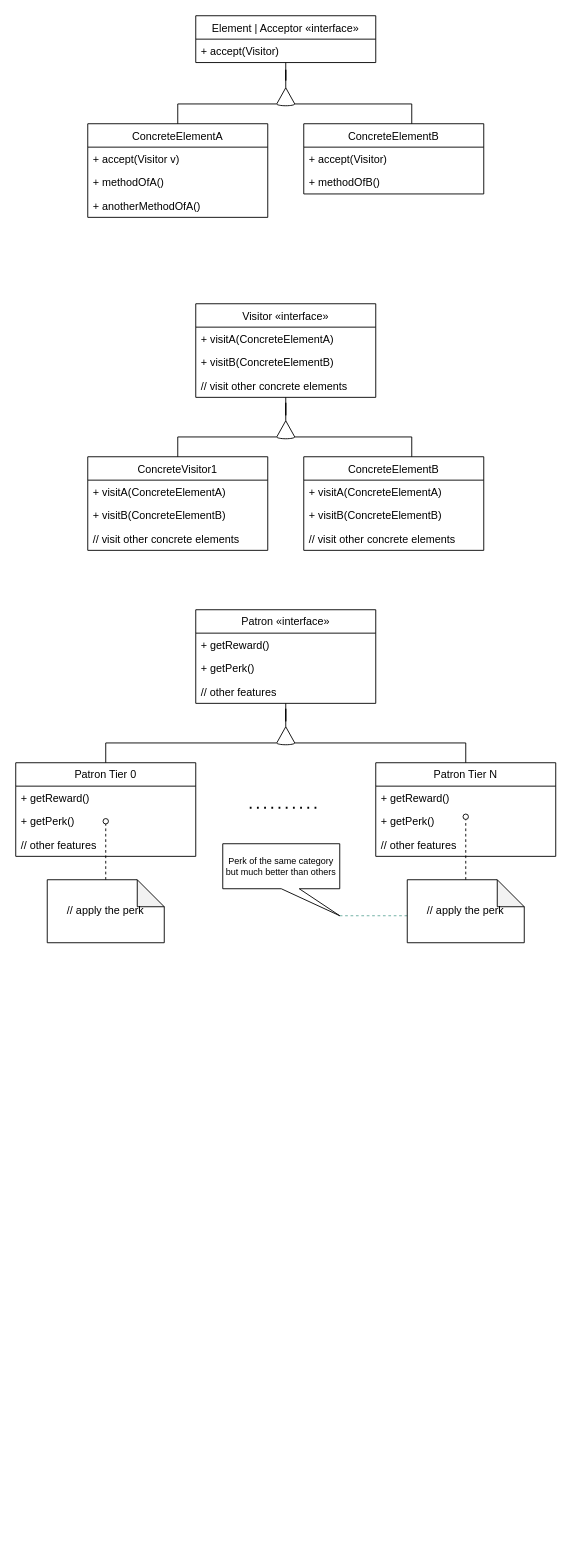
apolicky/nprg024 keeps this draw.io diagram as visitor.drawio. Above is the earlier version. Source tidied: cells renumbered, new cells numbered last; positions are measured from the earlier drawing's top-left corner, leaving out a move shared by most shapes. Both pictures are drawn from the tidied source at 90%, with x=0, y=0 at pixel (15, 15).
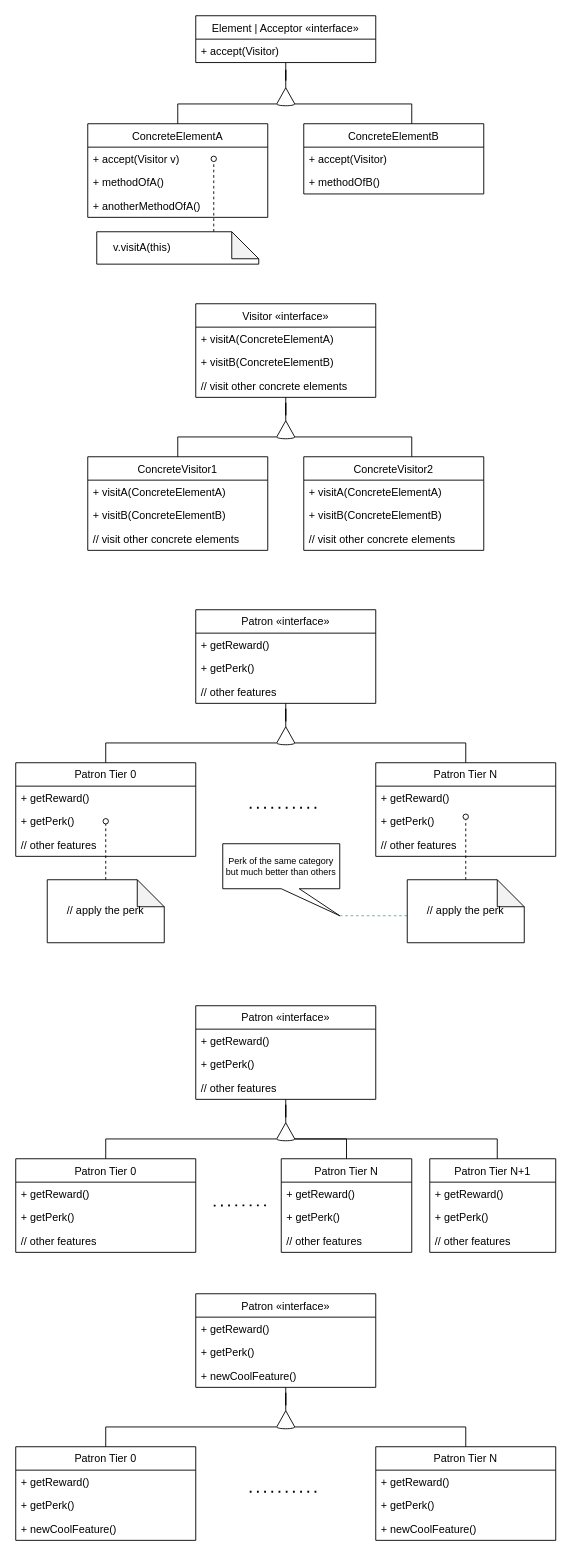
Above is the later version.

Unchanged cells that the change refers to:
```xml
<mxCell id="5" value="ConcreteElementA" style="swimlane;fontStyle=0;horizontal=1;startSize=26;fillColor=none;" parent="1" vertex="1">
  <mxGeometry x="80" y="120" width="200" height="104" as="geometry" />
</mxCell>
```

What changed in the source:
```diff
@@
+    <mxCell id="54" style="edgeStyle=orthogonalEdgeStyle;rounded=0;jettySize=auto;html=1;dashed=1;endArrow=oval;endFill=0;" parent="5" edge="1" source="94">
+      <mxGeometry relative="1" as="geometry">
+        <mxPoint x="140" y="39" as="targetPoint" />
+        <Array as="points">
+          <mxPoint x="140" y="100" />
+          <mxPoint x="140" y="100" />
+        </Array>
+      </mxGeometry>
+    </mxCell>
@@
-    <mxCell id="25" value="ConcreteElementB" style="swimlane;fontStyle=0;horizontal=1;startSize=26;fillColor=none;" parent="1" vertex="1">
+    <mxCell id="25" value="ConcreteVisitor2" style="swimlane;fontStyle=0;horizontal=1;startSize=26;fillColor=none;" parent="1" vertex="1">
       <mxGeometry x="320" y="490" width="200" height="104" as="geometry" />
     </mxCell>
@@
-    <mxCell id="31" value="Patron «interface»" style="swimlane;fontStyle=0;horizontal=1;startSize=26;fillColor=none;" parent="1" vertex="1">
+    <mxCell id="31" value="Patron «interface»" style="swimlane;fontStyle=0;horizontal=1;startSize=26;fillColor=#FFFFFF;" parent="1" vertex="1">
       <mxGeometry x="200" y="660" width="200" height="104" as="geometry" />
     </mxCell>
@@
+    <mxCell id="55" value="Patron «interface»" style="swimlane;fontStyle=0;horizontal=1;startSize=26;fillColor=#FFFFFF;" parent="1" vertex="1">
+      <mxGeometry x="200" y="1100" width="200" height="104" as="geometry" />
+    </mxCell>
+    <mxCell id="56" value="+ getReward()" style="text;strokeColor=none;fillColor=none;align=left;verticalAlign=top;spacingLeft=4;spacingRight=4;overflow=hidden;" parent="55" vertex="1">
+      <mxGeometry y="26" width="200" height="26" as="geometry" />
+    </mxCell>
+    <mxCell id="57" value="+ getPerk()" style="text;strokeColor=none;fillColor=none;align=left;verticalAlign=top;spacingLeft=4;spacingRight=4;overflow=hidden;" parent="55" vertex="1">
+      <mxGeometry y="52" width="200" height="26" as="geometry" />
+    </mxCell>
+    <mxCell id="58" value="// other features" style="text;strokeColor=none;fillColor=none;align=left;verticalAlign=top;spacingLeft=4;spacingRight=4;overflow=hidden;" parent="55" vertex="1">
+      <mxGeometry y="78" width="200" height="26" as="geometry" />
+    </mxCell>
+    <mxCell id="59" style="edgeStyle=orthogonalEdgeStyle;rounded=0;jettySize=auto;html=1;entryX=0;entryY=0;entryDx=0;entryDy=18;entryPerimeter=0;endArrow=none;endFill=0;" parent="1" edge="1" source="60" target="70">
+      <mxGeometry relative="1" as="geometry">
+        <Array as="points">
+          <mxPoint x="100" y="1248" />
+        </Array>
+      </mxGeometry>
+    </mxCell>
+    <mxCell id="60" value="Patron Tier 0" style="swimlane;fontStyle=0;horizontal=1;startSize=26;fillColor=none;" parent="1" vertex="1">
+      <mxGeometry y="1270" width="200" height="104" as="geometry" />
+    </mxCell>
+    <mxCell id="61" value="+ getReward()" style="text;strokeColor=none;fillColor=none;align=left;verticalAlign=top;spacingLeft=4;spacingRight=4;overflow=hidden;" parent="60" vertex="1">
+      <mxGeometry y="26" width="200" height="26" as="geometry" />
+    </mxCell>
+    <mxCell id="62" value="+ getPerk()" style="text;strokeColor=none;fillColor=none;align=left;verticalAlign=top;spacingLeft=4;spacingRight=4;overflow=hidden;" parent="60" vertex="1">
+      <mxGeometry y="52" width="200" height="26" as="geometry" />
+    </mxCell>
+    <mxCell id="63" value="// other features" style="text;strokeColor=none;fillColor=none;align=left;verticalAlign=top;spacingLeft=4;spacingRight=4;overflow=hidden;" parent="60" vertex="1">
+      <mxGeometry y="78" width="200" height="26" as="geometry" />
+    </mxCell>
+    <mxCell id="64" style="edgeStyle=orthogonalEdgeStyle;rounded=0;jettySize=auto;html=1;entryX=0;entryY=0;entryDx=20;entryDy=18;entryPerimeter=0;endArrow=none;endFill=0;" parent="1" edge="1" source="65" target="70">
+      <mxGeometry relative="1" as="geometry">
+        <Array as="points">
+          <mxPoint x="368" y="1248" />
+        </Array>
+      </mxGeometry>
+    </mxCell>
+    <mxCell id="65" value="Patron Tier N" style="swimlane;fontStyle=0;horizontal=1;startSize=26;fillColor=none;" parent="1" vertex="1">
+      <mxGeometry x="295" y="1270" width="145" height="104" as="geometry" />
+    </mxCell>
+    <mxCell id="66" value="+ getReward()" style="text;strokeColor=none;fillColor=none;align=left;verticalAlign=top;spacingLeft=4;spacingRight=4;overflow=hidden;" parent="65" vertex="1">
+      <mxGeometry y="26" width="145" height="26" as="geometry" />
+    </mxCell>
+    <mxCell id="67" value="+ getPerk()" style="text;strokeColor=none;fillColor=none;align=left;verticalAlign=top;spacingLeft=4;spacingRight=4;overflow=hidden;" parent="65" vertex="1">
+      <mxGeometry y="52" width="145" height="26" as="geometry" />
+    </mxCell>
+    <mxCell id="68" value="// other features" style="text;strokeColor=none;fillColor=none;align=left;verticalAlign=top;spacingLeft=4;spacingRight=4;overflow=hidden;" parent="65" vertex="1">
+      <mxGeometry y="78" width="145" height="26" as="geometry" />
+    </mxCell>
+    <mxCell id="69" style="edgeStyle=orthogonalEdgeStyle;rounded=0;jettySize=auto;html=1;endArrow=none;endFill=0;" parent="1" edge="1" source="70" target="55">
+      <mxGeometry relative="1" as="geometry" />
+    </mxCell>
+    <mxCell id="70" style="verticalLabelPosition=bottom;verticalAlign=top;html=1;shape=mxgraph.basic.cone2;dx=0.5;dy=0.9;" parent="1" vertex="1">
+      <mxGeometry x="290" y="1230" width="20" height="20" as="geometry" />
+    </mxCell>
+    <mxCell id="71" style="endArrow=none;dashed=1;html=1;dashPattern=1 3;strokeWidth=2;" parent="1" edge="1">
+      <mxGeometry relative="1" as="geometry">
+        <mxPoint x="220" y="1322" as="sourcePoint" />
+        <mxPoint x="280" y="1321.7" as="targetPoint" />
+      </mxGeometry>
+    </mxCell>
+    <mxCell id="72" value="Patron «interface»" style="swimlane;fontStyle=0;horizontal=1;startSize=26;fillColor=#FFFFFF;" parent="1" vertex="1">
+      <mxGeometry x="200" y="1420" width="200" height="104" as="geometry" />
+    </mxCell>
+    <mxCell id="73" value="+ getReward()" style="text;strokeColor=none;fillColor=none;align=left;verticalAlign=top;spacingLeft=4;spacingRight=4;overflow=hidden;" parent="72" vertex="1">
+      <mxGeometry y="26" width="200" height="26" as="geometry" />
+    </mxCell>
+    <mxCell id="74" value="+ getPerk()" style="text;strokeColor=none;fillColor=none;align=left;verticalAlign=top;spacingLeft=4;spacingRight=4;overflow=hidden;" parent="72" vertex="1">
+      <mxGeometry y="52" width="200" height="26" as="geometry" />
+    </mxCell>
+    <mxCell id="75" value="+ newCoolFeature()" style="text;strokeColor=none;fillColor=none;align=left;verticalAlign=top;spacingLeft=4;spacingRight=4;overflow=hidden;" parent="72" vertex="1">
+      <mxGeometry y="78" width="200" height="26" as="geometry" />
+    </mxCell>
+    <mxCell id="76" style="edgeStyle=orthogonalEdgeStyle;rounded=0;jettySize=auto;html=1;entryX=0;entryY=0;entryDx=0;entryDy=18;entryPerimeter=0;endArrow=none;endFill=0;" parent="1" edge="1" source="77" target="87">
+      <mxGeometry relative="1" as="geometry">
+        <Array as="points">
+          <mxPoint x="100" y="1568" />
+        </Array>
+      </mxGeometry>
+    </mxCell>
+    <mxCell id="77" value="Patron Tier 0" style="swimlane;fontStyle=0;horizontal=1;startSize=26;fillColor=none;" parent="1" vertex="1">
+      <mxGeometry y="1590" width="200" height="104" as="geometry" />
+    </mxCell>
+    <mxCell id="78" value="+ getReward()" style="text;strokeColor=none;fillColor=none;align=left;verticalAlign=top;spacingLeft=4;spacingRight=4;overflow=hidden;" parent="77" vertex="1">
+      <mxGeometry y="26" width="200" height="26" as="geometry" />
+    </mxCell>
+    <mxCell id="79" value="+ getPerk()" style="text;strokeColor=none;fillColor=none;align=left;verticalAlign=top;spacingLeft=4;spacingRight=4;overflow=hidden;" parent="77" vertex="1">
+      <mxGeometry y="52" width="200" height="26" as="geometry" />
+    </mxCell>
+    <mxCell id="80" value="+ newCoolFeature()" style="text;strokeColor=none;fillColor=none;align=left;verticalAlign=top;spacingLeft=4;spacingRight=4;overflow=hidden;" parent="77" vertex="1">
+      <mxGeometry y="78" width="200" height="26" as="geometry" />
+    </mxCell>
+    <mxCell id="81" style="edgeStyle=orthogonalEdgeStyle;rounded=0;jettySize=auto;html=1;entryX=0;entryY=0;entryDx=20;entryDy=18;entryPerimeter=0;endArrow=none;endFill=0;" parent="1" edge="1" source="82" target="87">
+      <mxGeometry relative="1" as="geometry">
+        <Array as="points">
+          <mxPoint x="500" y="1568" />
+        </Array>
+      </mxGeometry>
+    </mxCell>
+    <mxCell id="82" value="Patron Tier N" style="swimlane;fontStyle=0;horizontal=1;startSize=26;fillColor=none;" parent="1" vertex="1">
+      <mxGeometry x="400" y="1590" width="200" height="104" as="geometry" />
+    </mxCell>
+    <mxCell id="83" value="+ getReward()" style="text;strokeColor=none;fillColor=none;align=left;verticalAlign=top;spacingLeft=4;spacingRight=4;overflow=hidden;" parent="82" vertex="1">
+      <mxGeometry y="26" width="200" height="26" as="geometry" />
+    </mxCell>
+    <mxCell id="84" value="+ getPerk()" style="text;strokeColor=none;fillColor=none;align=left;verticalAlign=top;spacingLeft=4;spacingRight=4;overflow=hidden;" parent="82" vertex="1">
+      <mxGeometry y="52" width="200" height="26" as="geometry" />
+    </mxCell>
+    <mxCell id="85" value="+ newCoolFeature()" style="text;strokeColor=none;fillColor=none;align=left;verticalAlign=top;spacingLeft=4;spacingRight=4;overflow=hidden;" parent="82" vertex="1">
+      <mxGeometry y="78" width="200" height="26" as="geometry" />
+    </mxCell>
+    <mxCell id="86" style="edgeStyle=orthogonalEdgeStyle;rounded=0;jettySize=auto;html=1;endArrow=none;endFill=0;" parent="1" edge="1" source="87" target="72">
+      <mxGeometry relative="1" as="geometry" />
+    </mxCell>
+    <mxCell id="87" style="verticalLabelPosition=bottom;verticalAlign=top;html=1;shape=mxgraph.basic.cone2;dx=0.5;dy=0.9;" parent="1" vertex="1">
+      <mxGeometry x="290" y="1550" width="20" height="20" as="geometry" />
+    </mxCell>
+    <mxCell id="88" style="endArrow=none;dashed=1;html=1;dashPattern=1 3;strokeWidth=2;" parent="1" edge="1">
+      <mxGeometry relative="1" as="geometry">
+        <mxPoint x="260" y="1640" as="sourcePoint" />
+        <mxPoint x="340" y="1640" as="targetPoint" />
+      </mxGeometry>
+    </mxCell>
+    <mxCell id="89" style="edgeStyle=orthogonalEdgeStyle;rounded=0;jettySize=auto;html=1;endArrow=none;endFill=0;entryX=0;entryY=0;entryDx=20;entryDy=18;entryPerimeter=0;" parent="1" edge="1" source="90" target="70">
+      <mxGeometry relative="1" as="geometry">
+        <Array as="points">
+          <mxPoint x="535" y="1248" />
+        </Array>
+      </mxGeometry>
+    </mxCell>
+    <mxCell id="90" value="Patron Tier N+1" style="swimlane;fontStyle=0;horizontal=1;startSize=26;fillColor=none;" parent="1" vertex="1">
+      <mxGeometry x="460" y="1270" width="140" height="104" as="geometry" />
+    </mxCell>
+    <mxCell id="91" value="+ getReward()" style="text;strokeColor=none;fillColor=none;align=left;verticalAlign=top;spacingLeft=4;spacingRight=4;overflow=hidden;" parent="90" vertex="1">
+      <mxGeometry y="26" width="140" height="26" as="geometry" />
+    </mxCell>
+    <mxCell id="92" value="+ getPerk()" style="text;strokeColor=none;fillColor=none;align=left;verticalAlign=top;spacingLeft=4;spacingRight=4;overflow=hidden;" parent="90" vertex="1">
+      <mxGeometry y="52" width="140" height="26" as="geometry" />
+    </mxCell>
+    <mxCell id="93" value="// other features" style="text;strokeColor=none;fillColor=none;align=left;verticalAlign=top;spacingLeft=4;spacingRight=4;overflow=hidden;" parent="90" vertex="1">
+      <mxGeometry y="78" width="140" height="26" as="geometry" />
+    </mxCell>
+    <mxCell id="94" value="&lt;div align=&quot;left&quot;&gt;&amp;nbsp;&amp;nbsp;&amp;nbsp;&amp;nbsp; v.visitA(this)&lt;/div&gt;" style="shape=note;whiteSpace=wrap;html=1;backgroundOutline=1;darkOpacity=0.05;fillColor=#FFFFFF;align=left;" parent="1" vertex="1">
+      <mxGeometry x="90" y="240" width="180" height="36" as="geometry" />
+    </mxCell>
```
